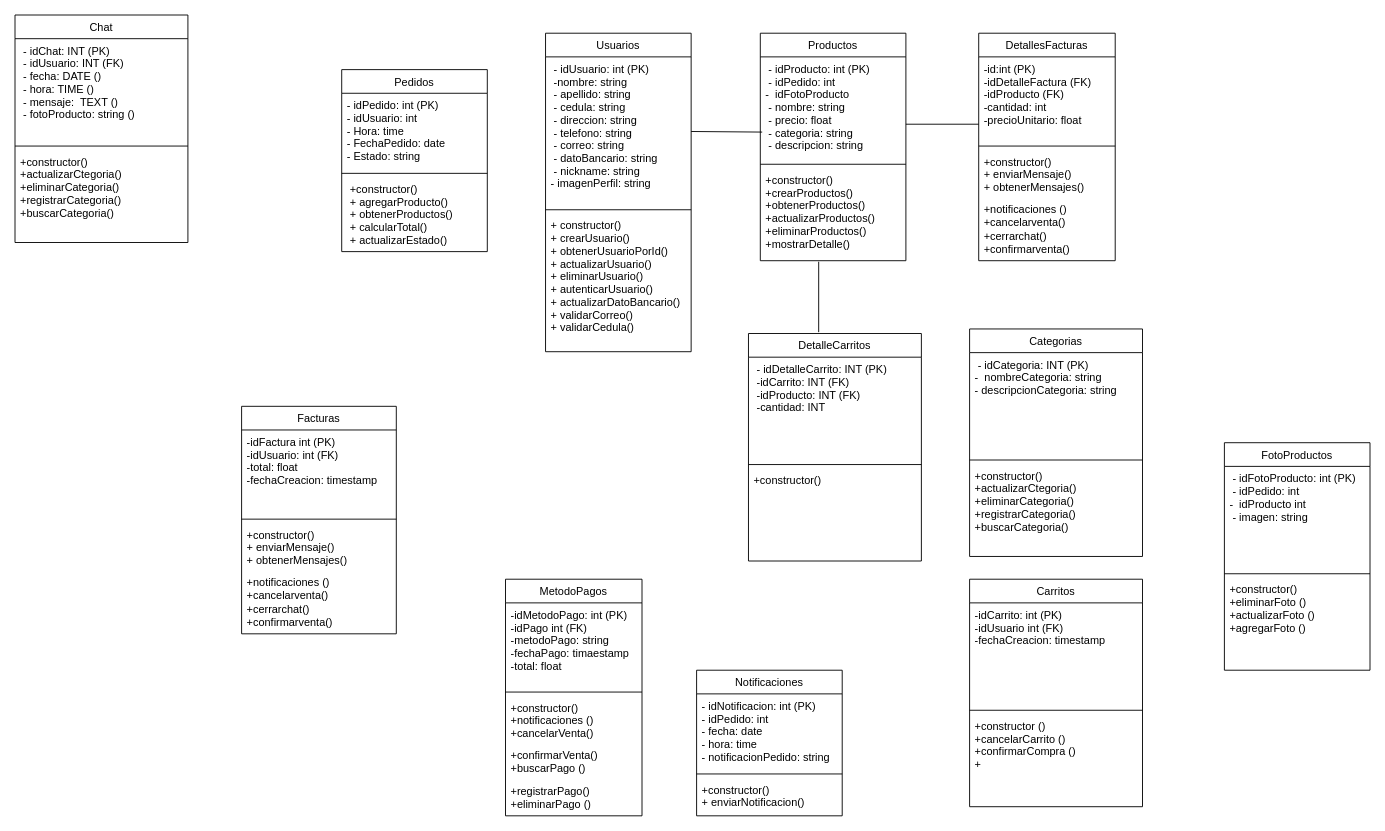
Earlier version of the draw.io diagram DiagramaClasesKamiapp copy.drawio (DarkJ-18/DiagramaClasesKamiapp). Source tidied: cells renumbered, new cells numbered last; positions are measured from the earlier drawing's top-left corner, leaving out a move shared by most shapes. Both pictures are drawn from the tidied source at 91%, with x=0, y=0 at pixel (15, 15).
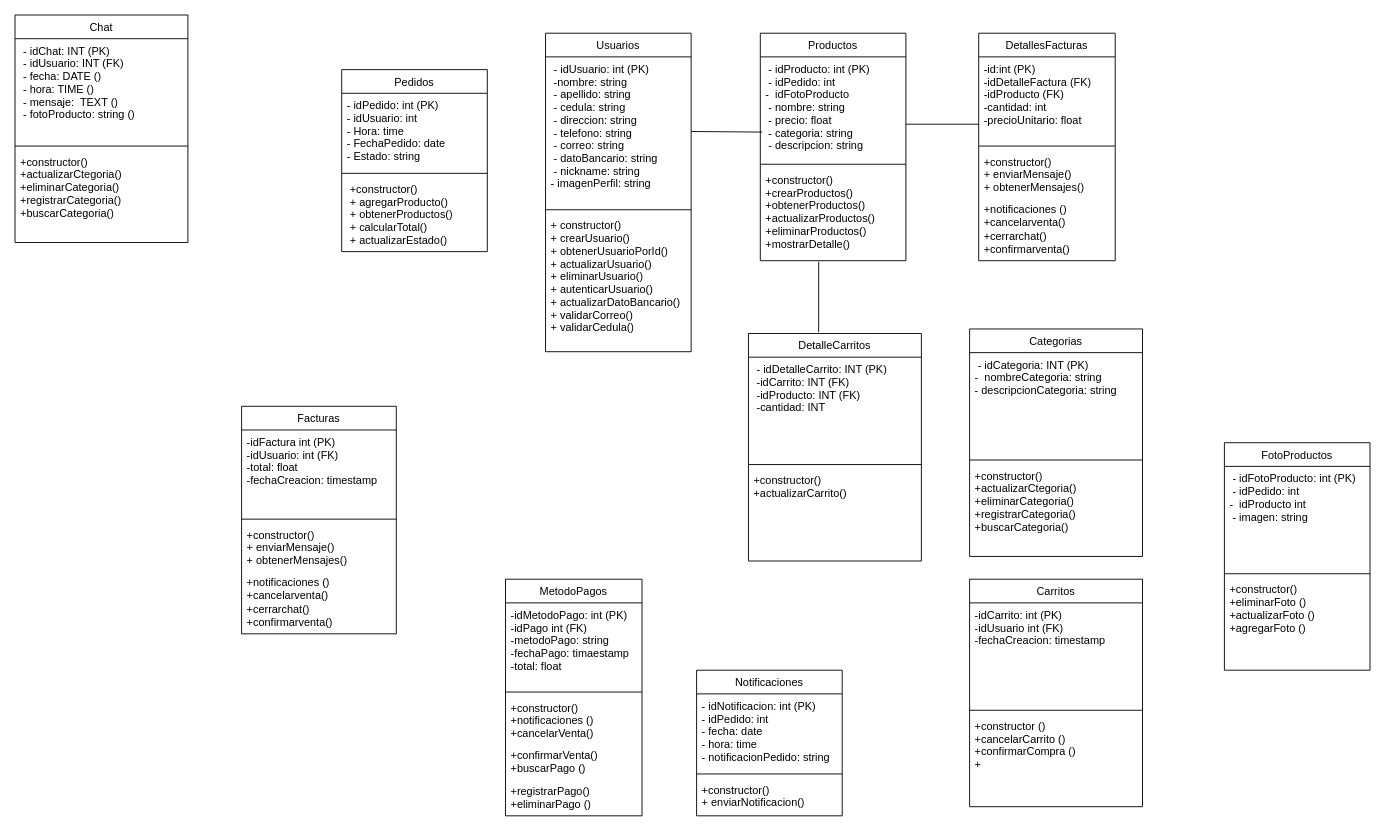
After the change.

Commit message:
actulizo diagrama

The change refers to these unchanged cells:
```xml
<mxCell id="48" value="DetalleCarritos" style="swimlane;fontStyle=0;align=center;verticalAlign=top;horizontal=1;startSize=26;rounded=0;shadow=0;strokeWidth=1;fontSize=12;" parent="1" vertex="1">
  <mxGeometry x="806" y="350" width="190" height="250" as="geometry" />
</mxCell>
```

The edit, as a diff of the source:
```diff
@@
-    <mxCell id="51" value="+constructor()&#10;" style="text;align=left;verticalAlign=top;spacingLeft=4;spacingRight=4;overflow=hidden;fontSize=12;" parent="48" vertex="1">
+    <mxCell id="51" value="+constructor()&#10;+actualizarCarrito()" style="text;align=left;verticalAlign=top;spacingLeft=4;spacingRight=4;overflow=hidden;fontSize=12;" parent="48" vertex="1">
       <mxGeometry y="148" width="190" height="102" as="geometry" />
     </mxCell>
```
